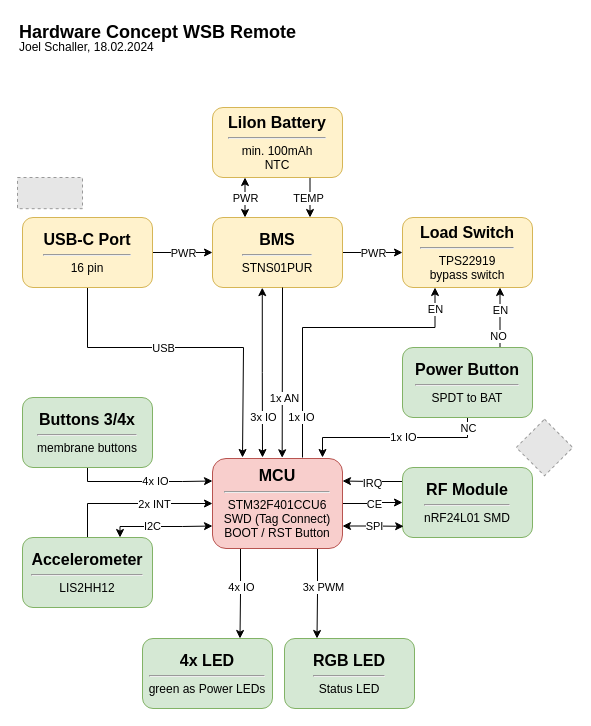
Earlier version of the draw.io diagram 2_Documentation/HW_Concept/HW_Concept_WSB_Remote.drawio (Jowllel/Wireless-ScoreBoard). Source tidied: cells renumbered, new cells numbered last; positions are measured from the earlier drawing's top-left corner, leaving out a move shared by most shapes. Both pictures are drawn from the tidied source at 100%, with x=0, y=0 at pixel (17, 17). Pictures stored in the file or linked from it are replaced by grey dashed boxes.
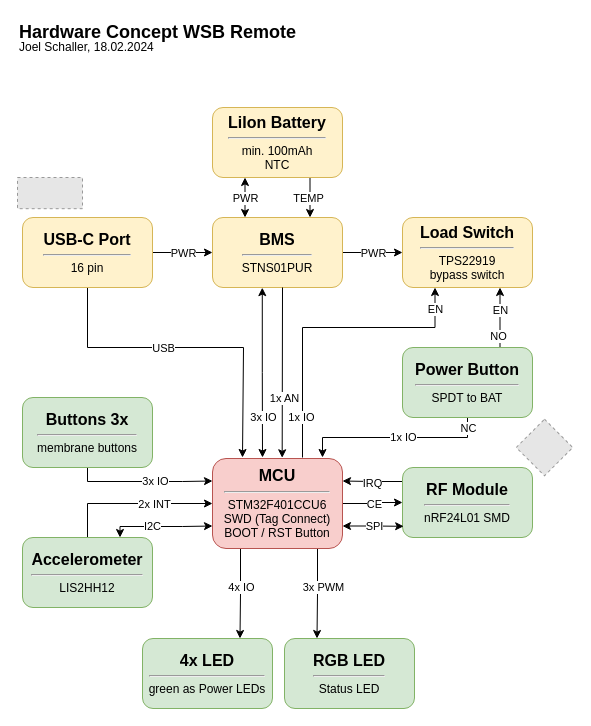
The same page after the edit.

Commit message (it also covers changes not shown here):
doc: HW_Concept: Changed 3/4x Buttons to 3x Buttons.

Unchanged cells that the change refers to:
```xml
<mxCell id="18" style="edgeStyle=orthogonalEdgeStyle;rounded=0;jettySize=auto;html=1;exitX=0.5;exitY=1;exitDx=0;exitDy=0;entryX=0;entryY=0.25;entryDx=0;entryDy=0;" parent="1" edge="1" source="20" target="13">
  <mxGeometry relative="1" as="geometry">
    <Array as="points">
      <mxPoint x="70" y="464" />
      <mxPoint x="165" y="464" />
    </Array>
  </mxGeometry>
</mxCell>
```

Change to the diagram source:
```diff
@@
-    <mxCell id="19" value="4x IO" style="edgeLabel;html=1;align=center;verticalAlign=middle;" parent="18" vertex="1">
+    <mxCell id="19" value="3x IO" style="edgeLabel;html=1;align=center;verticalAlign=middle;" parent="18" vertex="1">
       <mxGeometry x="0.22" y="1" relative="1" as="geometry">
         <mxPoint x="-4" as="offset" />
       </mxGeometry>
     </mxCell>
-    <mxCell id="20" value="&lt;font style=&quot;&quot;&gt;&lt;span style=&quot;font-size: 16px;&quot;&gt;&lt;b&gt;Buttons 3/4x&lt;/b&gt;&lt;/span&gt;&lt;br&gt;&lt;hr style=&quot;font-size: 10px;&quot;&gt;membrane buttons&lt;br&gt;&lt;/font&gt;" style="rounded=1;whiteSpace=wrap;html=1;fillColor=#d5e8d4;strokeColor=#82b366;" parent="1" vertex="1">
+    <mxCell id="20" value="&lt;font style=&quot;&quot;&gt;&lt;span style=&quot;font-size: 16px;&quot;&gt;&lt;b&gt;Buttons 3x&lt;/b&gt;&lt;/span&gt;&lt;br&gt;&lt;hr style=&quot;font-size: 10px;&quot;&gt;membrane buttons&lt;br&gt;&lt;/font&gt;" style="rounded=1;whiteSpace=wrap;html=1;fillColor=#d5e8d4;strokeColor=#82b366;" parent="1" vertex="1">
       <mxGeometry x="5" y="380" width="130" height="70" as="geometry" />
     </mxCell>
```
